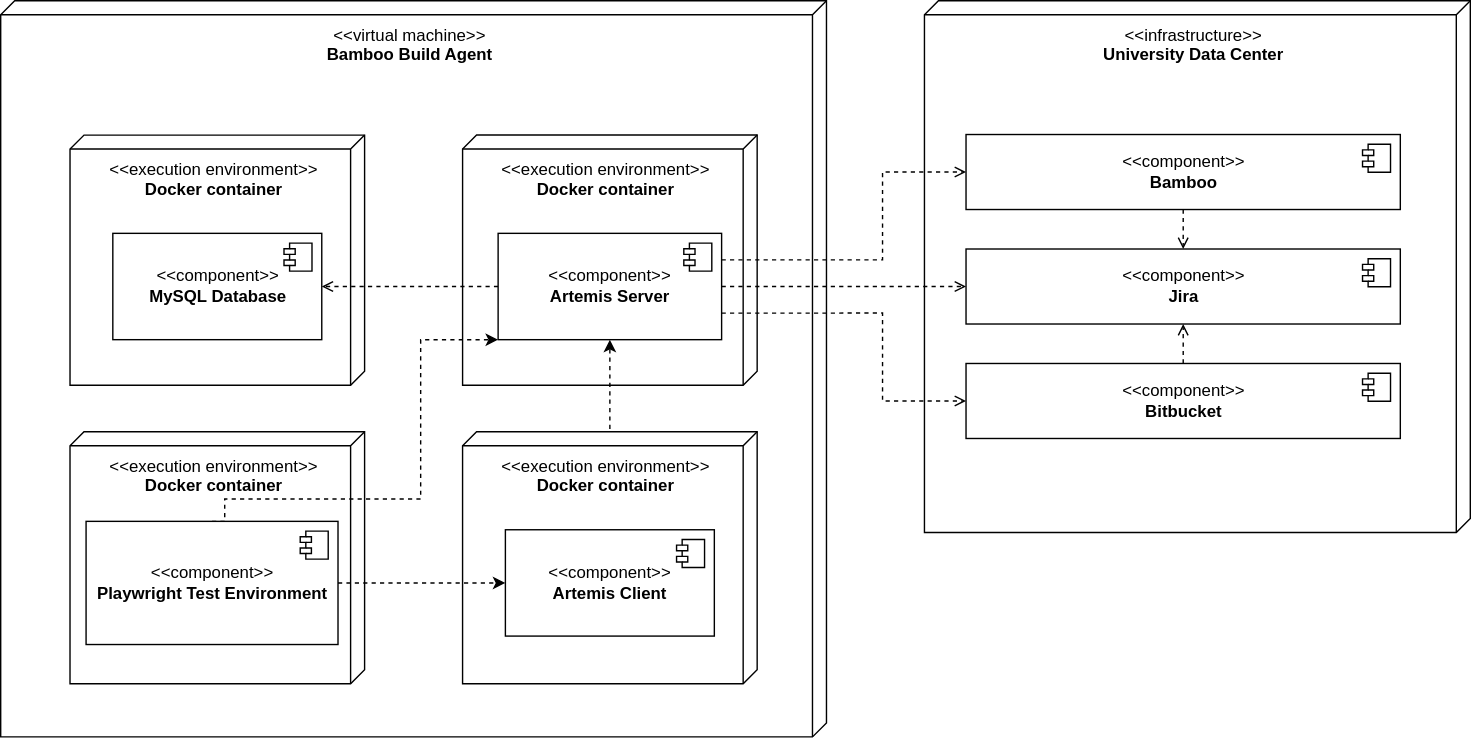
Before: docs/dev/playwright/playwright_bamboo_deployment_diagram.svg, a diagram exported from draw.io (ls1intum/Artemis). Source tidied: cells renumbered, new cells last; positions are measured from the earlier drawing's top-left corner, leaving out a move shared by most shapes.
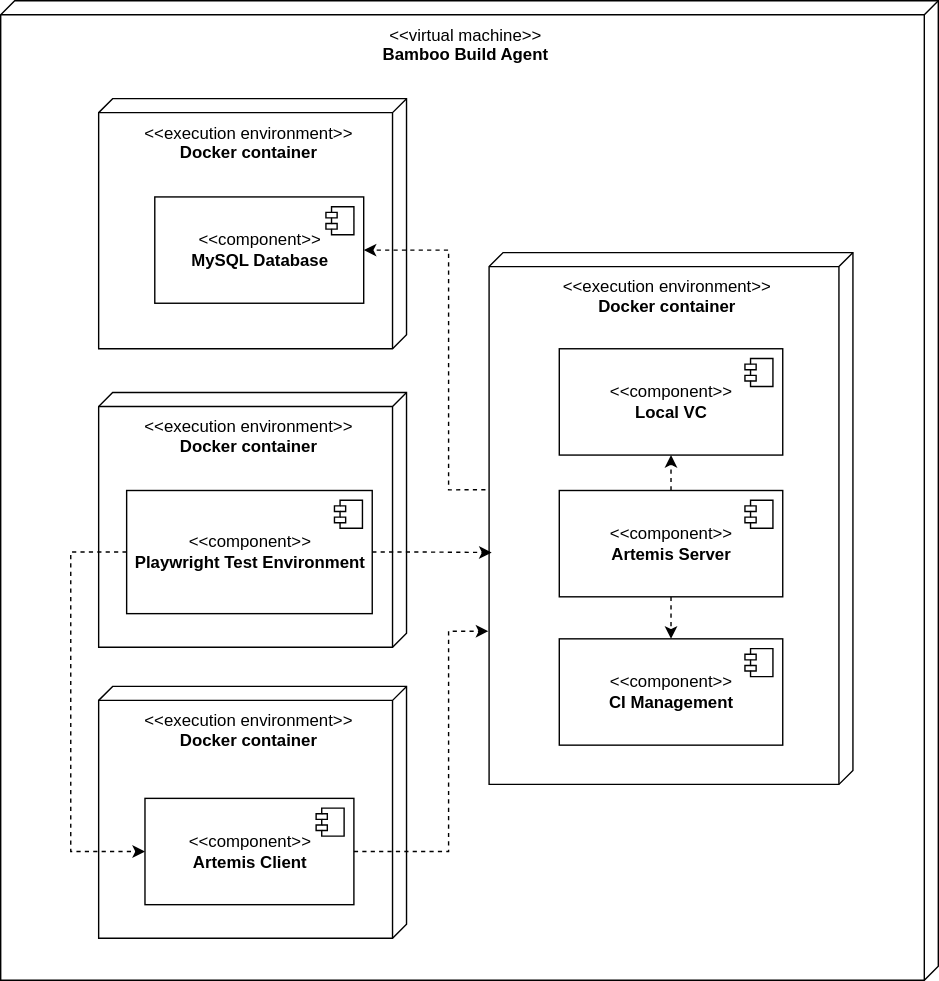
Above is the later version.

Commit message:
Updated bamboo deployment diagram

Diff of the diagram source:
```diff
@@ -3,55 +3,14 @@
     <mxCell id="0" />
     <mxCell id="1" parent="0" />
     <mxCell id="2" value="&lt;span&gt;&amp;lt;&amp;lt;virtual machine&amp;gt;&amp;gt;&lt;br&gt;&lt;b&gt;Bamboo Build Agent&lt;/b&gt;&lt;br&gt;&lt;/span&gt;" style="verticalAlign=top;align=center;shape=cube;size=10;direction=south;fontStyle=0;html=1;boundedLbl=1;spacingLeft=5;fillColor=default;" parent="1" vertex="1">
-      <mxGeometry width="590" height="526" as="geometry" />
+      <mxGeometry x="-30" y="26" width="670" height="700" as="geometry" />
     </mxCell>
     <mxCell id="3" value="&amp;lt;&amp;lt;execution environment&amp;gt;&amp;gt;&lt;br&gt;&lt;b&gt;Docker container&lt;/b&gt;" style="verticalAlign=top;align=center;shape=cube;size=10;direction=south;fontStyle=0;html=1;boundedLbl=1;spacingLeft=5;" parent="1" vertex="1">
-      <mxGeometry x="330" y="96" width="210.5" height="178.7" as="geometry" />
+      <mxGeometry x="319" y="206" width="260" height="380" as="geometry" />
     </mxCell>
-    <mxCell id="4" value="&lt;span&gt;&amp;lt;&amp;lt;infrastructure&amp;gt;&amp;gt;&lt;br&gt;&lt;b&gt;University Data Center&lt;/b&gt;&lt;/span&gt;" style="verticalAlign=top;align=center;shape=cube;size=10;direction=south;fontStyle=0;html=1;boundedLbl=1;spacingLeft=5;" parent="1" vertex="1">
-      <mxGeometry x="660" width="390" height="380" as="geometry" />
-    </mxCell>
-    <mxCell id="5" style="edgeStyle=orthogonalEdgeStyle;rounded=0;orthogonalLoop=1;jettySize=auto;html=1;entryX=0.5;entryY=1;entryDx=0;entryDy=0;dashed=1;" parent="4" edge="1">
-      <mxGeometry relative="1" as="geometry">
-        <mxPoint x="159.2" y="176.9" as="targetPoint" />
-      </mxGeometry>
-    </mxCell>
-    <mxCell id="6" style="edgeStyle=orthogonalEdgeStyle;rounded=0;jettySize=auto;html=1;entryX=0.5;entryY=0;entryDx=0;entryDy=0;dashed=1;startFill=0;endArrow=open;endFill=0;strokeWidth=1;" parent="4" edge="1" source="7" target="9">
-      <mxGeometry relative="1" as="geometry" />
-    </mxCell>
-    <mxCell id="7" value="&amp;lt;&amp;lt;component&amp;gt;&amp;gt;&lt;br&gt;&lt;b&gt;Bamboo&lt;/b&gt;" style="html=1;" parent="4" vertex="1">
-      <mxGeometry x="29.7" y="95.6" width="310.3" height="53.6" as="geometry" />
-    </mxCell>
-    <mxCell id="8" style="shape=module;jettyWidth=8;jettyHeight=4;" parent="7" vertex="1">
-      <mxGeometry x="1" width="20" height="20" relative="1" as="geometry">
-        <mxPoint x="-27" y="7" as="offset" />
-      </mxGeometry>
-    </mxCell>
-    <mxCell id="9" value="&amp;lt;&amp;lt;component&amp;gt;&amp;gt;&lt;br&gt;&lt;b&gt;Jira&lt;/b&gt;" style="html=1;" parent="4" vertex="1">
-      <mxGeometry x="29.7" y="177.4" width="310.3" height="53.6" as="geometry" />
-    </mxCell>
-    <mxCell id="10" style="shape=module;jettyWidth=8;jettyHeight=4;" parent="9" vertex="1">
-      <mxGeometry x="1" width="20" height="20" relative="1" as="geometry">
-        <mxPoint x="-27" y="7" as="offset" />
-      </mxGeometry>
-    </mxCell>
-    <mxCell id="11" style="edgeStyle=orthogonalEdgeStyle;rounded=0;jettySize=auto;html=1;entryX=0.5;entryY=1;entryDx=0;entryDy=0;dashed=1;startFill=0;endArrow=open;endFill=0;strokeWidth=1;" parent="4" edge="1" source="12" target="9">
-      <mxGeometry relative="1" as="geometry" />
-    </mxCell>
-    <mxCell id="12" value="&amp;lt;&amp;lt;component&amp;gt;&amp;gt;&lt;br&gt;&lt;b&gt;Bitbucket&lt;/b&gt;" style="html=1;" parent="4" vertex="1">
-      <mxGeometry x="29.7" y="259.2" width="310.3" height="53.6" as="geometry" />
-    </mxCell>
-    <mxCell id="13" style="shape=module;jettyWidth=8;jettyHeight=4;" parent="12" vertex="1">
-      <mxGeometry x="1" width="20" height="20" relative="1" as="geometry">
-        <mxPoint x="-27" y="7" as="offset" />
-      </mxGeometry>
-    </mxCell>
     <mxCell id="14" value="&amp;lt;&amp;lt;execution environment&amp;gt;&amp;gt;&lt;br&gt;&lt;b&gt;Docker container&lt;/b&gt;" style="verticalAlign=top;align=center;shape=cube;size=10;direction=south;fontStyle=0;html=1;boundedLbl=1;spacingLeft=5;" parent="1" vertex="1">
-      <mxGeometry x="49.5" y="96" width="210.5" height="178.7" as="geometry" />
+      <mxGeometry x="40" y="96" width="220" height="178.7" as="geometry" />
     </mxCell>
-    <mxCell id="15" style="edgeStyle=orthogonalEdgeStyle;rounded=0;jettySize=auto;html=1;exitX=0;exitY=0.5;exitDx=0;exitDy=0;entryX=1;entryY=0.5;entryDx=0;entryDy=0;dashed=1;endArrow=open;endFill=0;" parent="1" edge="1" source="22" target="16">
-      <mxGeometry relative="1" as="geometry" />
-    </mxCell>
     <mxCell id="16" value="&amp;lt;&amp;lt;component&amp;gt;&amp;gt;&lt;br&gt;&lt;b&gt;MySQL Database&lt;/b&gt;" style="html=1;" parent="1" vertex="1">
       <mxGeometry x="80.1" y="166.2" width="149.3" height="76" as="geometry" />
     </mxCell>
@@ -60,30 +19,22 @@
         <mxPoint x="-27" y="7" as="offset" />
       </mxGeometry>
     </mxCell>
-    <mxCell id="18" style="edgeStyle=orthogonalEdgeStyle;rounded=0;jettySize=auto;html=1;entryX=0;entryY=0.5;entryDx=0;entryDy=0;dashed=1;endArrow=open;endFill=0;exitX=1;exitY=0.25;exitDx=0;exitDy=0;" parent="1" edge="1" source="22" target="7">
-      <mxGeometry relative="1" as="geometry">
-        <Array as="points">
-          <mxPoint x="630" y="185" />
-          <mxPoint x="630" y="122" />
-        </Array>
-      </mxGeometry>
-    </mxCell>
-    <mxCell id="19" style="edgeStyle=orthogonalEdgeStyle;rounded=0;jettySize=auto;html=1;entryX=0;entryY=0.5;entryDx=0;entryDy=0;dashed=1;endArrow=open;endFill=0;exitX=1;exitY=0.5;exitDx=0;exitDy=0;" parent="1" edge="1" source="22" target="9">
-      <mxGeometry relative="1" as="geometry" />
-    </mxCell>
-    <mxCell id="20" style="edgeStyle=orthogonalEdgeStyle;rounded=0;jettySize=auto;html=1;entryX=0;entryY=0.5;entryDx=0;entryDy=0;dashed=1;endArrow=open;endFill=0;exitX=1;exitY=0.75;exitDx=0;exitDy=0;" parent="1" edge="1" source="22" target="12">
-      <mxGeometry relative="1" as="geometry">
-        <Array as="points">
-          <mxPoint x="630" y="223" />
-          <mxPoint x="630" y="286" />
-        </Array>
-      </mxGeometry>
-    </mxCell>
-    <mxCell id="21" style="edgeStyle=orthogonalEdgeStyle;rounded=0;jettySize=auto;html=1;exitX=0.5;exitY=0;exitDx=0;exitDy=0;dashed=1;" parent="1" edge="1" source="28" target="22">
-      <mxGeometry relative="1" as="geometry" />
-    </mxCell>
+    <mxCell id="35" style="edgeStyle=orthogonalEdgeStyle;rounded=0;jettySize=auto;html=1;exitX=0.446;exitY=1.01;exitDx=0;exitDy=0;entryX=1;entryY=0.5;entryDx=0;entryDy=0;dashed=1;exitPerimeter=0;" parent="1" edge="1" source="3" target="16">
+      <mxGeometry relative="1" as="geometry">
+        <Array as="points">
+          <mxPoint x="290" y="376" />
+          <mxPoint x="290" y="204" />
+        </Array>
+      </mxGeometry>
+    </mxCell>
+    <mxCell id="36" style="edgeStyle=orthogonalEdgeStyle;rounded=0;jettySize=auto;html=1;exitX=0.5;exitY=1;exitDx=0;exitDy=0;entryX=0.5;entryY=0;entryDx=0;entryDy=0;dashed=1;" parent="1" edge="1" source="22" target="40">
+      <mxGeometry relative="1" as="geometry" />
+    </mxCell>
+    <mxCell id="37" style="edgeStyle=orthogonalEdgeStyle;rounded=0;jettySize=auto;html=1;exitX=0.5;exitY=0;exitDx=0;exitDy=0;entryX=0.5;entryY=1;entryDx=0;entryDy=0;dashed=1;" parent="1" edge="1" source="22" target="38">
+      <mxGeometry relative="1" as="geometry" />
+    </mxCell>
     <mxCell id="22" value="&amp;lt;&amp;lt;component&amp;gt;&amp;gt;&lt;br&gt;&lt;b&gt;Artemis Server&lt;/b&gt;" style="html=1;" parent="1" vertex="1">
-      <mxGeometry x="355.4" y="166.2" width="159.7" height="76" as="geometry" />
+      <mxGeometry x="369.2" y="376" width="159.7" height="76" as="geometry" />
     </mxCell>
     <mxCell id="23" style="shape=module;jettyWidth=8;jettyHeight=4;" parent="22" vertex="1">
       <mxGeometry x="1" width="20" height="20" relative="1" as="geometry">
@@ -106,10 +57,10 @@
       </mxGeometry>
     </mxCell>
     <mxCell id="27" value="&amp;lt;&amp;lt;execution environment&amp;gt;&amp;gt;&lt;br&gt;&lt;b&gt;Docker container&lt;/b&gt;" style="verticalAlign=top;align=center;shape=cube;size=10;direction=south;html=1;boundedLbl=1;spacingLeft=5;" parent="1" vertex="1">
-      <mxGeometry x="330" y="308" width="210.5" height="180" as="geometry" />
+      <mxGeometry x="40" y="516" width="220" height="180" as="geometry" />
     </mxCell>
     <mxCell id="28" value="&amp;lt;&amp;lt;component&amp;gt;&amp;gt;&lt;br&gt;&lt;b&gt;Artemis Client&lt;/b&gt;" style="html=1;" parent="1" vertex="1">
-      <mxGeometry x="360.6" y="378" width="149.3" height="76" as="geometry" />
+      <mxGeometry x="73.1" y="596" width="149.3" height="76" as="geometry" />
     </mxCell>
     <mxCell id="29" style="shape=module;jettyWidth=8;jettyHeight=4;" parent="28" vertex="1">
       <mxGeometry x="1" width="20" height="20" relative="1" as="geometry">
@@ -117,27 +68,50 @@
       </mxGeometry>
     </mxCell>
     <mxCell id="30" value="&amp;lt;&amp;lt;execution environment&amp;gt;&amp;gt;&lt;br&gt;&lt;b&gt;Docker container&lt;/b&gt;" style="verticalAlign=top;align=center;shape=cube;size=10;direction=south;html=1;boundedLbl=1;spacingLeft=5;" parent="1" vertex="1">
-      <mxGeometry x="49.5" y="308" width="210.5" height="180" as="geometry" />
+      <mxGeometry x="40" y="306" width="220" height="182" as="geometry" />
     </mxCell>
-    <mxCell id="31" style="edgeStyle=orthogonalEdgeStyle;rounded=0;jettySize=auto;html=1;dashed=1;" parent="1" edge="1" source="32" target="28">
-      <mxGeometry relative="1" as="geometry" />
+    <mxCell id="31" style="edgeStyle=orthogonalEdgeStyle;rounded=0;jettySize=auto;html=1;exitX=0;exitY=0.5;exitDx=0;exitDy=0;entryX=0;entryY=0.5;entryDx=0;entryDy=0;dashed=1;" parent="1" edge="1" source="32" target="28">
+      <mxGeometry relative="1" as="geometry">
+        <Array as="points">
+          <mxPoint x="20" y="420" />
+          <mxPoint x="20" y="634" />
+        </Array>
+      </mxGeometry>
     </mxCell>
     <mxCell id="32" value="&amp;lt;&amp;lt;component&amp;gt;&amp;gt;&lt;br&gt;&lt;b&gt;Playwright Test Environment&lt;/b&gt;" style="html=1;" parent="1" vertex="1">
-      <mxGeometry x="61" y="372" width="180" height="88" as="geometry" />
+      <mxGeometry x="60" y="376" width="175.5" height="88" as="geometry" />
     </mxCell>
     <mxCell id="33" style="shape=module;jettyWidth=8;jettyHeight=4;" parent="32" vertex="1">
       <mxGeometry x="1" width="20" height="20" relative="1" as="geometry">
         <mxPoint x="-27" y="7" as="offset" />
       </mxGeometry>
     </mxCell>
-    <mxCell id="34" style="edgeStyle=orthogonalEdgeStyle;rounded=0;jettySize=auto;html=1;exitX=0.5;exitY=0;exitDx=0;exitDy=0;dashed=1;entryX=0;entryY=1;entryDx=0;entryDy=0;" parent="1" edge="1" source="32" target="22">
-      <mxGeometry relative="1" as="geometry">
-        <Array as="points">
-          <mxPoint x="160" y="356" />
-          <mxPoint x="300" y="356" />
-          <mxPoint x="300" y="242" />
-        </Array>
-      </mxGeometry>
-    </mxCell>
+    <mxCell id="38" value="&amp;lt;&amp;lt;component&amp;gt;&amp;gt;&lt;br&gt;&lt;b&gt;Local VC&lt;/b&gt;" style="html=1;" parent="1" vertex="1">
+      <mxGeometry x="369.2" y="274.7" width="159.7" height="76" as="geometry" />
+    </mxCell>
+    <mxCell id="39" style="shape=module;jettyWidth=8;jettyHeight=4;" parent="38" vertex="1">
+      <mxGeometry x="1" width="20" height="20" relative="1" as="geometry">
+        <mxPoint x="-27" y="7" as="offset" />
+      </mxGeometry>
+    </mxCell>
+    <mxCell id="40" value="&amp;lt;&amp;lt;component&amp;gt;&amp;gt;&lt;br&gt;&lt;b&gt;CI Management&lt;/b&gt;" style="html=1;" parent="1" vertex="1">
+      <mxGeometry x="369.2" y="482" width="159.7" height="76" as="geometry" />
+    </mxCell>
+    <mxCell id="41" style="shape=module;jettyWidth=8;jettyHeight=4;" parent="40" vertex="1">
+      <mxGeometry x="1" width="20" height="20" relative="1" as="geometry">
+        <mxPoint x="-27" y="7" as="offset" />
+      </mxGeometry>
+    </mxCell>
+    <mxCell id="42" style="edgeStyle=orthogonalEdgeStyle;rounded=0;jettySize=auto;html=1;exitX=1;exitY=0.5;exitDx=0;exitDy=0;entryX=0.564;entryY=0.993;entryDx=0;entryDy=0;entryPerimeter=0;dashed=1;" parent="1" edge="1" source="32" target="3">
+      <mxGeometry relative="1" as="geometry" />
+    </mxCell>
+    <mxCell id="43" style="edgeStyle=orthogonalEdgeStyle;rounded=0;jettySize=auto;html=1;exitX=1;exitY=0.5;exitDx=0;exitDy=0;entryX=0.712;entryY=1.002;entryDx=0;entryDy=0;entryPerimeter=0;dashed=1;" parent="1" edge="1" source="28" target="3">
+      <mxGeometry relative="1" as="geometry">
+        <Array as="points">
+          <mxPoint x="290" y="634" />
+          <mxPoint x="290" y="477" />
+        </Array>
+      </mxGeometry>
+    </mxCell>
   </root>
 </mxGraphModel>
```
